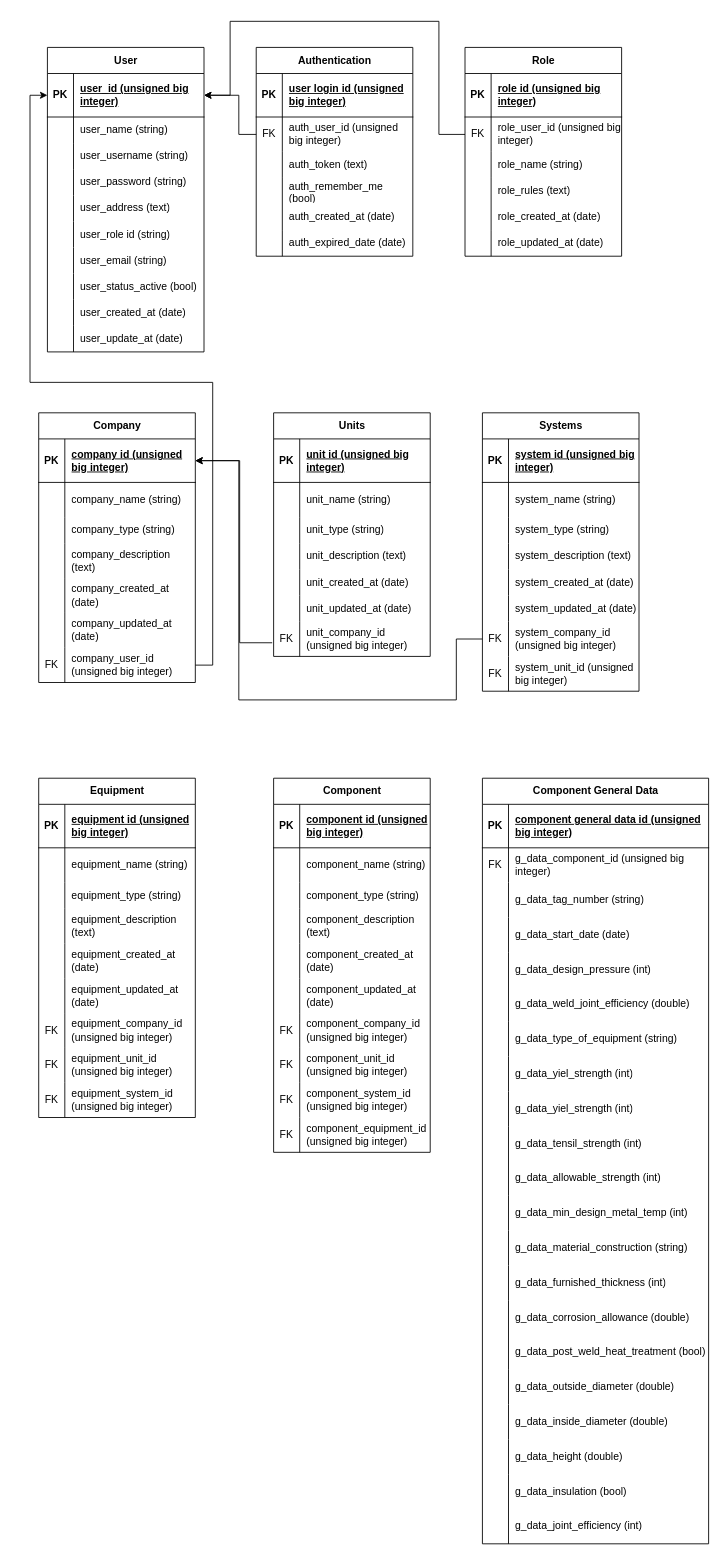
Earlier version of the draw.io diagram ITS Risk Guardian.drawio (Dimasariza/its_risk_guardian). Source tidied: cells renumbered, new cells numbered last; positions are measured from the earlier drawing's top-left corner, leaving out a move shared by most shapes. Both pictures are drawn from the tidied source at 87%, with x=0, y=0 at pixel (38, 21).
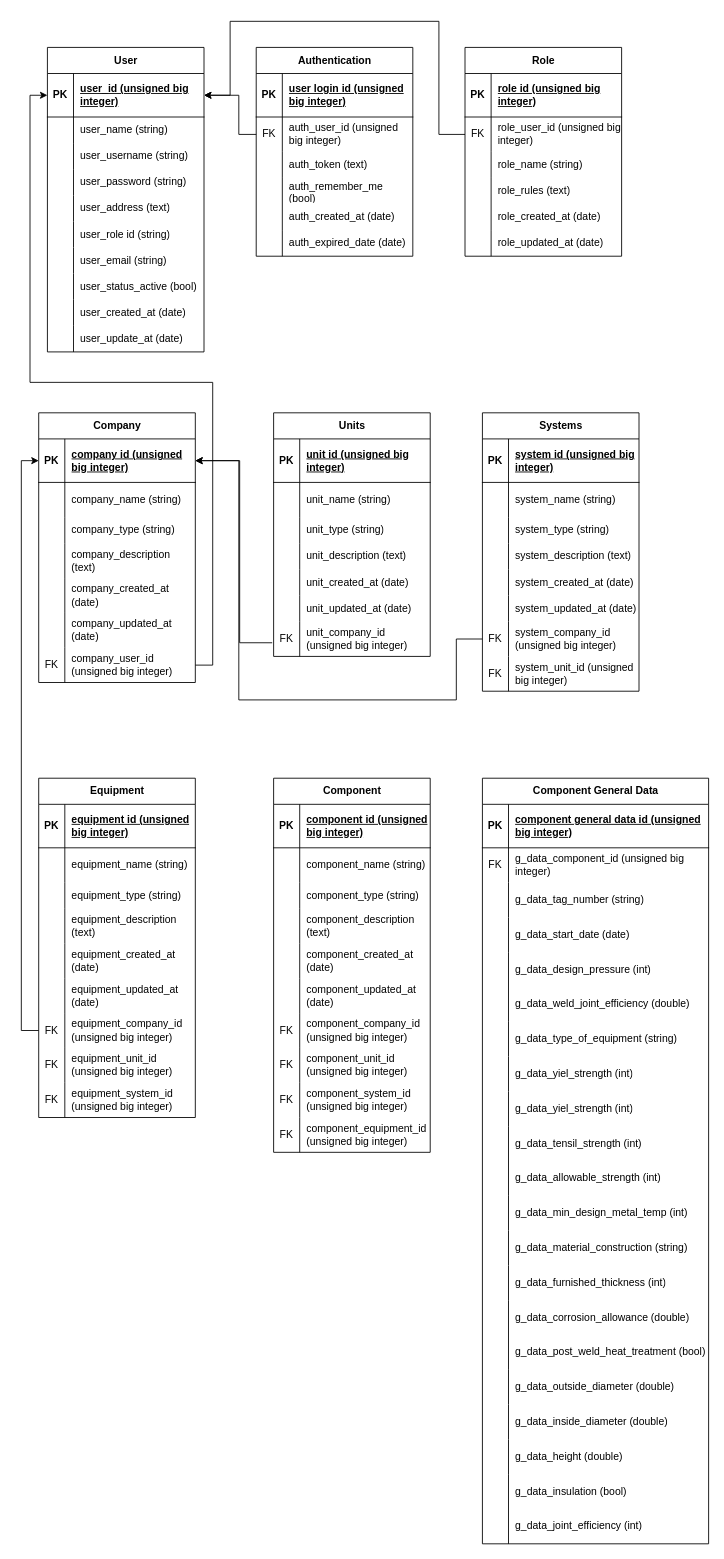
The same diagram, later.

The change refers to these unchanged cells:
```xml
<mxCell id="72" style="shape=tableRow;horizontal=0;startSize=0;swimlaneHead=0;swimlaneBody=0;fillColor=none;points=[[0,0.5],[1,0.5]];portConstraint=eastwest;top=0;left=0;right=0;bottom=1;" parent="71" vertex="1">
  <mxGeometry y="30" width="180" height="50" as="geometry" />
</mxCell>
<mxCell id="159" style="shape=tableRow;horizontal=0;startSize=0;swimlaneHead=0;swimlaneBody=0;fillColor=none;points=[[0,0.5],[1,0.5]];portConstraint=eastwest;top=0;left=0;right=0;bottom=0;" parent="140" vertex="1">
  <mxGeometry y="270" width="180" height="40" as="geometry" />
</mxCell>
```

What changed in the source:
```diff
@@
+    <mxCell id="268" style="edgeStyle=orthogonalEdgeStyle;rounded=0;jettySize=auto;html=1;entryX=0;entryY=0.5;entryDx=0;entryDy=0;" parent="1" edge="1" source="159" target="72">
+      <mxGeometry relative="1" as="geometry" />
+    </mxCell>
```
